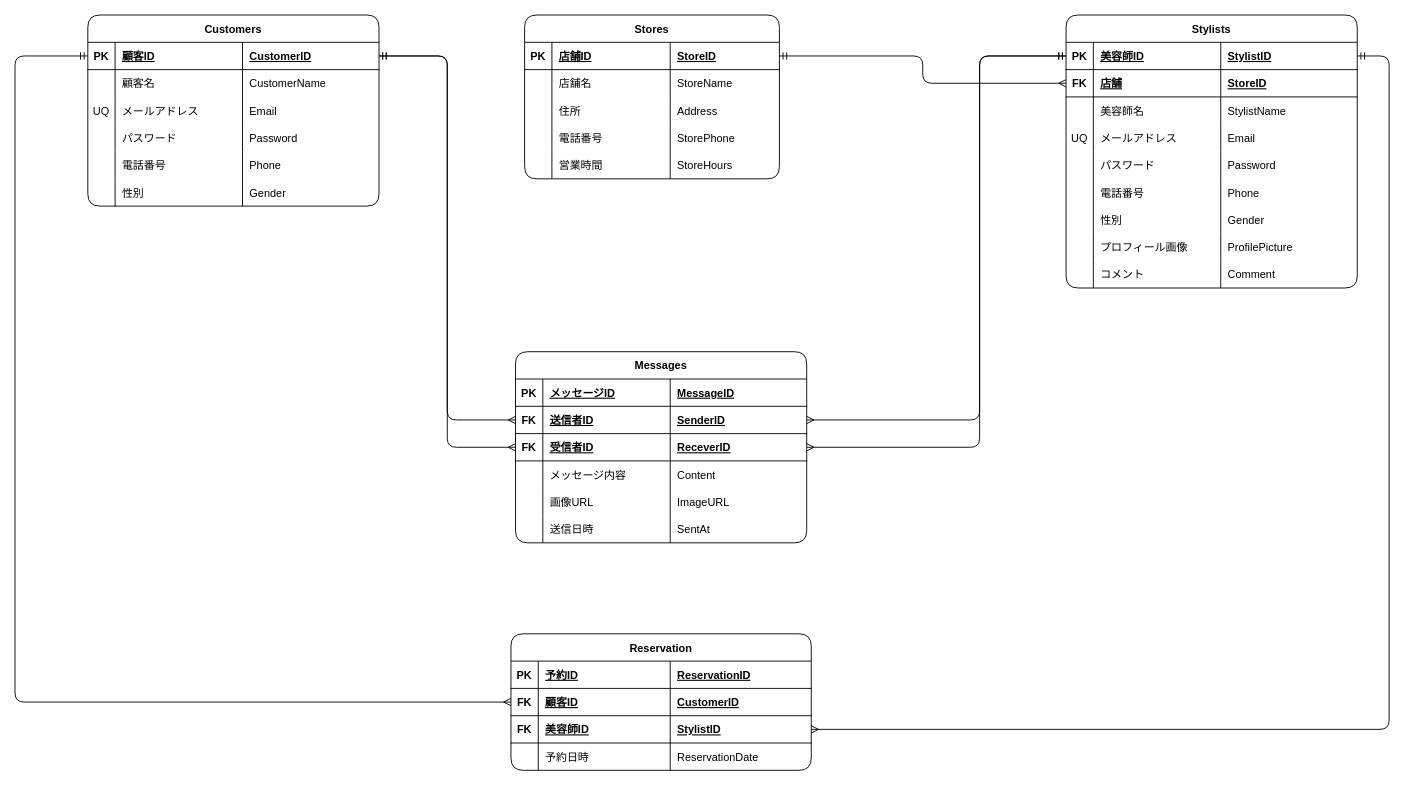
Earlier version of the draw.io diagram background/ER-Draft_ayumi.dio (J-Team-2025-Winter/J-Team-2025-Winter). Source tidied: cells renumbered, new cells numbered last; positions are measured from the earlier drawing's top-left corner, leaving out a move shared by most shapes. Both pictures are drawn from the tidied source at 91%, with x=0, y=0 at pixel (15, 15).
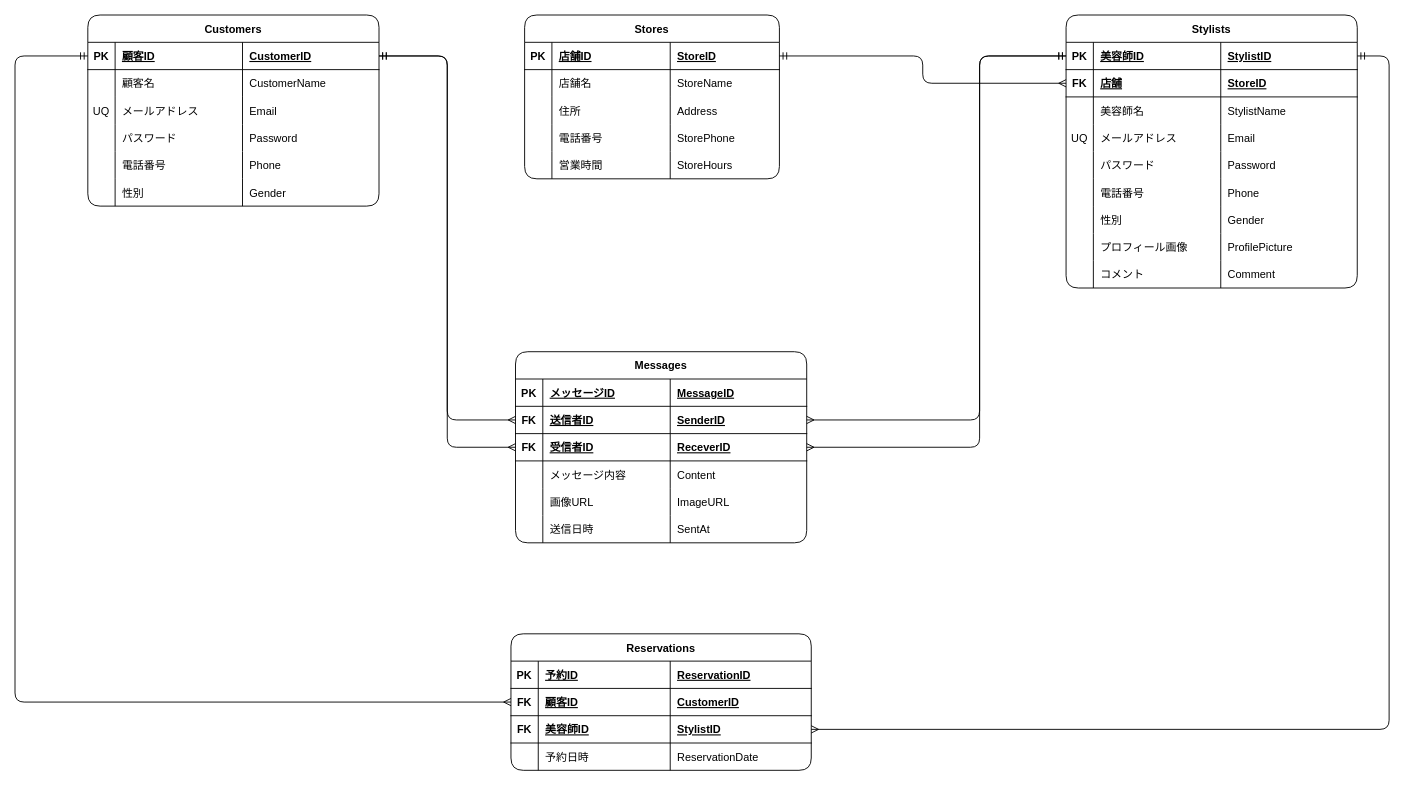
After the change.

The edit, as a diff of the source:
```diff
@@
-    <mxCell id="89" value="Reservation" style="shape=table;startSize=30;childLayout=tableLayout;rowLines=0;fontStyle=1;align=center;rounded=1;" parent="1" vertex="1">
+    <mxCell id="89" value="Reservations" style="shape=table;startSize=30;childLayout=tableLayout;rowLines=0;fontStyle=1;align=center;rounded=1;" parent="1" vertex="1">
       <mxGeometry x="545" y="680" width="330" height="150" as="geometry" />
     </mxCell>
```
